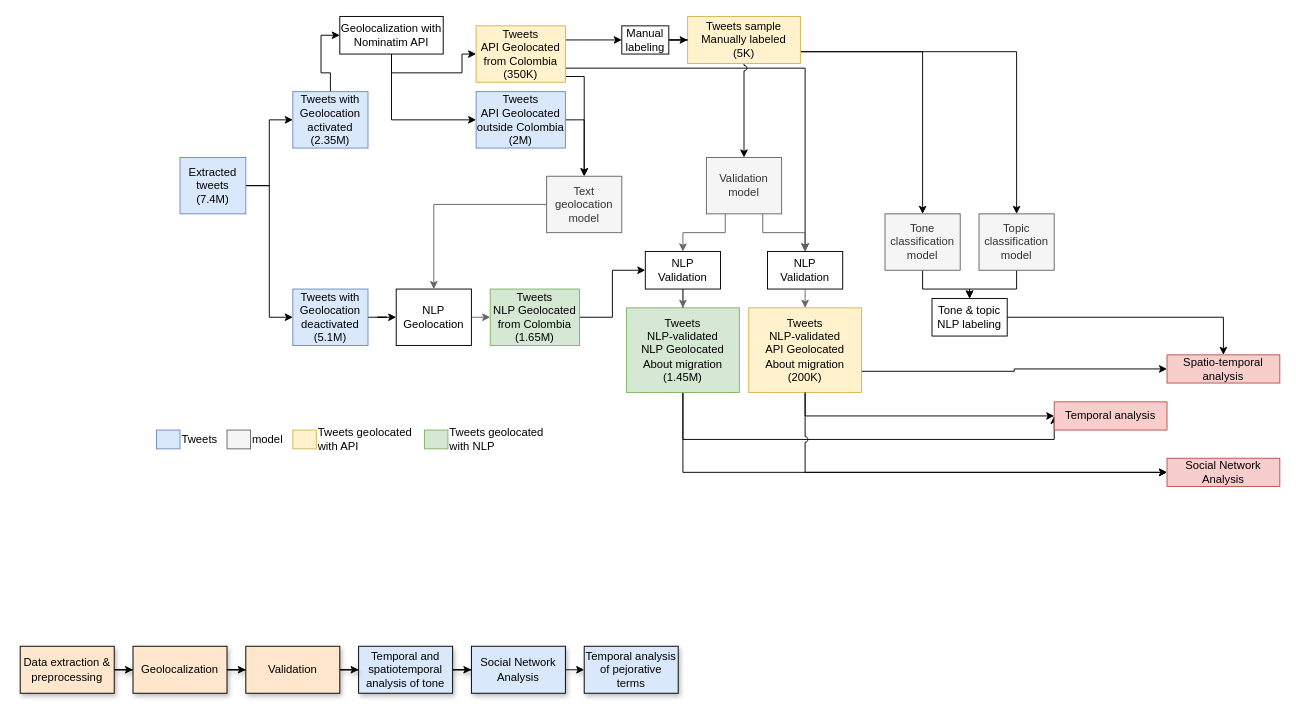
This is docs/methodology.drawio from ODU-Storymodelers/twitter_analysis_col, a draw.io file, before an edit. Source tidied: cells renumbered, new cells numbered last; positions are measured from the earlier drawing's top-left corner, leaving out a move shared by most shapes. Both pictures are drawn from the tidied source at 94%, with x=0, y=0 at pixel (20, 16).
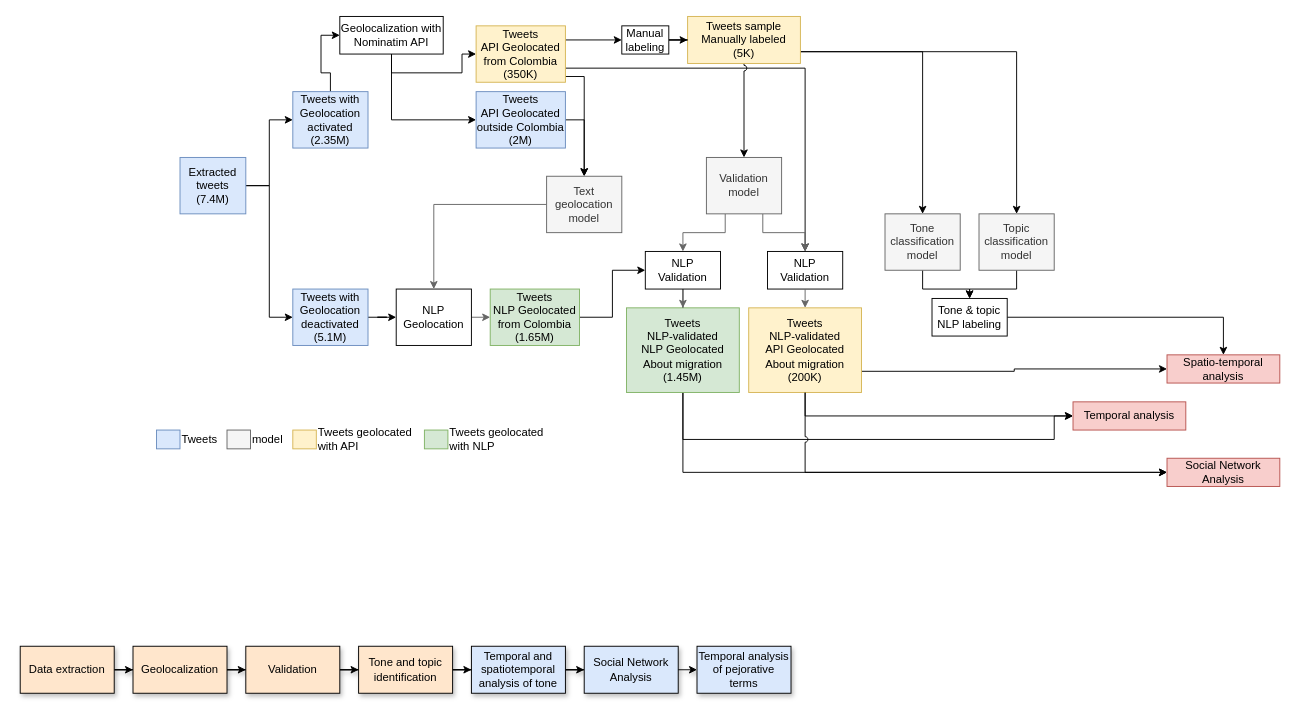
The same page after the edit.

The edit, as a diff of the source:
```diff
@@
     <mxCell id="57" value="&lt;div&gt;Temporal analysis&lt;/div&gt;" style="rounded=0;whiteSpace=wrap;html=1;fillColor=#f8cecc;strokeColor=#b85450;fontFamily=Helvetica;fixDash=0;" parent="1" vertex="1">
-      <mxGeometry x="1100" y="410" width="120" height="30" as="geometry" />
+      <mxGeometry x="1120" y="410" width="120" height="30" as="geometry" />
     </mxCell>
@@
-    <mxCell id="62" value="&lt;div&gt;Data extraction &amp;amp; preprocessing&lt;/div&gt;" style="rounded=0;whiteSpace=wrap;html=1;fillColor=#ffe6cc;strokeColor=#000000;fontFamily=Helvetica;fixDash=0;shadow=1;backgroundOutline=0;enumerate=0;comic=0;" parent="1" vertex="1">
+    <mxCell id="62" value="&lt;div&gt;Data extraction&lt;/div&gt;" style="rounded=0;whiteSpace=wrap;html=1;fillColor=#ffe6cc;strokeColor=#000000;fontFamily=Helvetica;fixDash=0;shadow=1;backgroundOutline=0;enumerate=0;comic=0;" parent="1" vertex="1">
       <mxGeometry y="670" width="100" height="50" as="geometry" />
     </mxCell>
@@
     <mxCell id="64" value="&lt;div&gt;Temporal and spatiotemporal analysis of tone&lt;/div&gt;" style="rounded=0;whiteSpace=wrap;html=1;fillColor=#dae8fc;strokeColor=#000000;fontFamily=Helvetica;fixDash=0;shadow=1;backgroundOutline=0;enumerate=0;comic=0;" parent="1" vertex="1">
-      <mxGeometry x="360" y="670" width="100" height="50" as="geometry" />
+      <mxGeometry x="480" y="670" width="100" height="50" as="geometry" />
     </mxCell>
     <mxCell id="65" value="&lt;div&gt;Social Network Analysis&lt;/div&gt;" style="rounded=0;whiteSpace=wrap;html=1;fillColor=#dae8fc;strokeColor=#000000;fontFamily=Helvetica;fixDash=0;shadow=1;backgroundOutline=0;enumerate=0;comic=0;" parent="1" vertex="1">
-      <mxGeometry x="480" y="670" width="100" height="50" as="geometry" />
+      <mxGeometry x="600" y="670" width="100" height="50" as="geometry" />
     </mxCell>
@@
     <mxCell id="67" value="Temporal analysis of pejorative terms" style="rounded=0;whiteSpace=wrap;html=1;fillColor=#dae8fc;strokeColor=#000000;fontFamily=Helvetica;fixDash=0;shadow=1;backgroundOutline=0;enumerate=0;comic=0;" parent="1" vertex="1">
-      <mxGeometry x="600" y="670" width="100" height="50" as="geometry" />
+      <mxGeometry x="720" y="670" width="100" height="50" as="geometry" />
     </mxCell>
@@
-    <mxCell id="69" value="&lt;div&gt;Geolocalization&lt;/div&gt;" style="rounded=0;whiteSpace=wrap;html=1;fillColor=#ffe6cc;strokeColor=#000000;fontFamily=Helvetica;fixDash=0;shadow=1;backgroundOutline=0;enumerate=0;comic=0;" parent="1" vertex="1">
+    <mxCell id="69" value="&lt;div&gt;&lt;span style=&quot;background-color: initial;&quot;&gt;Geolocalization&lt;/span&gt;&lt;br&gt;&lt;/div&gt;" style="rounded=0;whiteSpace=wrap;html=1;fillColor=#ffe6cc;strokeColor=#000000;fontFamily=Helvetica;fixDash=0;shadow=1;backgroundOutline=0;enumerate=0;comic=0;" parent="1" vertex="1">
       <mxGeometry x="120" y="670" width="100" height="50" as="geometry" />
     </mxCell>
-    <mxCell id="70" style="edgeStyle=orthogonalEdgeStyle;rounded=0;jettySize=auto;html=1;fillColor=#dae8fc;strokeColor=#000000;fontColor=default;shadow=1;backgroundOutline=0;enumerate=0;comic=0;" parent="1" edge="1" source="71" target="64">
+    <mxCell id="70" style="edgeStyle=orthogonalEdgeStyle;rounded=0;jettySize=auto;html=1;fillColor=#dae8fc;strokeColor=#000000;fontColor=default;shadow=1;backgroundOutline=0;enumerate=0;comic=0;entryX=0;entryY=0.5;entryDx=0;entryDy=0;" parent="1" edge="1" source="71" target="73">
       <mxGeometry relative="1" as="geometry" />
     </mxCell>
-    <mxCell id="71" value="&lt;div&gt;Validation&lt;/div&gt;" style="rounded=0;whiteSpace=wrap;html=1;fillColor=#ffe6cc;strokeColor=#000000;fontFamily=Helvetica;fixDash=0;shadow=1;backgroundOutline=0;enumerate=0;comic=0;" parent="1" vertex="1">
+    <mxCell id="71" value="Validation" style="rounded=0;whiteSpace=wrap;html=1;fillColor=#ffe6cc;strokeColor=#000000;fontFamily=Helvetica;fixDash=0;shadow=1;backgroundOutline=0;enumerate=0;comic=0;" parent="1" vertex="1">
       <mxGeometry x="240" y="670" width="100" height="50" as="geometry" />
     </mxCell>
+    <mxCell id="72" style="edgeStyle=orthogonalEdgeStyle;rounded=0;jettySize=auto;html=1;exitX=1;exitY=0.5;exitDx=0;exitDy=0;" parent="1" edge="1" source="73" target="64">
+      <mxGeometry relative="1" as="geometry" />
+    </mxCell>
+    <mxCell id="73" value="&lt;div&gt;Tone and topic identification&lt;/div&gt;" style="rounded=0;whiteSpace=wrap;html=1;fillColor=#ffe6cc;strokeColor=#000000;fontFamily=Helvetica;fixDash=0;shadow=1;backgroundOutline=0;enumerate=0;comic=0;" parent="1" vertex="1">
+      <mxGeometry x="360" y="670" width="100" height="50" as="geometry" />
+    </mxCell>
```
